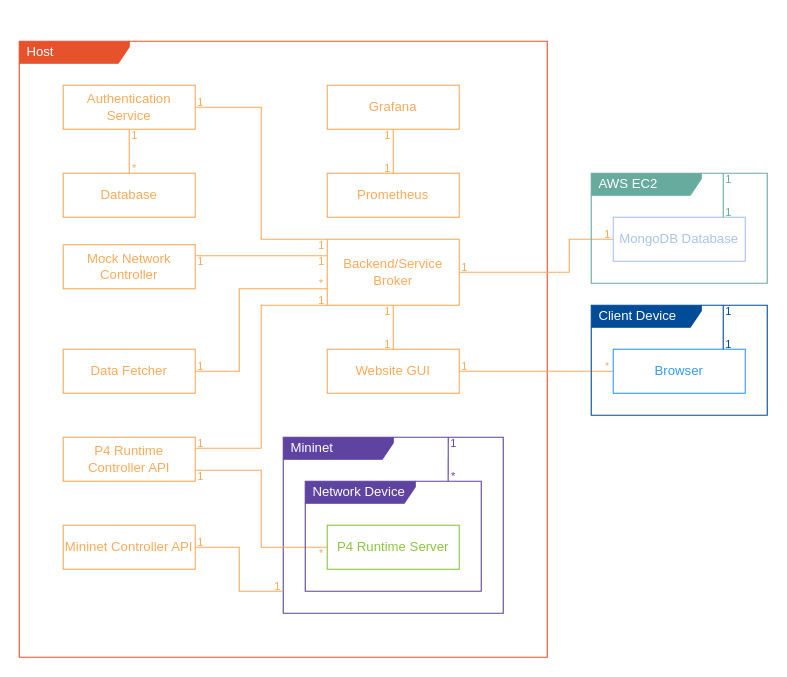
This is page "Domain Model" (3 of 7) of documentation/diagrams/diagram-models.drawio from detiuaveiro/PECI-05-2022-23, a draw.io file, before an edit. Source tidied: cells renumbered, new cells numbered last; positions are measured from the earlier drawing's top-left corner, leaving out a move shared by most shapes. Both pictures are drawn from the tidied source at 110%, with x=0, y=0 at pixel (19, 41).
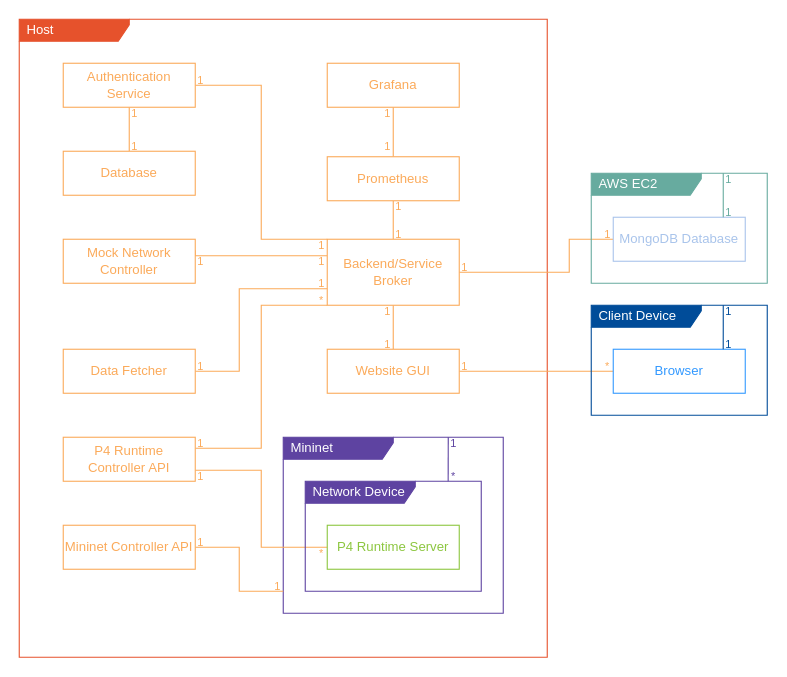
After the change.

Unchanged cells that the change refers to:
```xml
<mxCell id="16" value="Backend/Service Broker" style="html=1;whiteSpace=wrap;strokeColor=#FBAA5A;fontColor=#FBAA5A;" parent="1" vertex="1">
  <mxGeometry x="280" y="180" width="120" height="60" as="geometry" />
</mxCell>
```

Change to the diagram source:
```diff
@@
     <mxCell id="2" value="&lt;font color=&quot;#ffffff&quot;&gt;Host&lt;br&gt;&lt;/font&gt;" style="shape=umlFrame;whiteSpace=wrap;html=1;width=100;height=20;boundedLbl=1;verticalAlign=middle;align=left;spacingLeft=5;fontColor=#0066CC;fillColor=#E6522C;strokeColor=#E6522C;" parent="1" vertex="1">
-      <mxGeometry width="480" height="560" as="geometry" />
+      <mxGeometry y="-20" width="480" height="580" as="geometry" />
     </mxCell>
@@
     <mxCell id="5" style="edgeStyle=orthogonalEdgeStyle;rounded=0;jettySize=auto;html=1;exitX=1;exitY=0.5;exitDx=0;exitDy=0;entryX=0;entryY=0;entryDx=0;entryDy=0;strokeColor=#FBAA5A;endArrow=none;endFill=0;" parent="1" edge="1" source="6" target="16">
       <mxGeometry relative="1" as="geometry">
         <Array as="points">
-          <mxPoint x="220" y="60" />
+          <mxPoint x="220" y="40" />
           <mxPoint x="220" y="180" />
         </Array>
       </mxGeometry>
     </mxCell>
     <mxCell id="6" value="Authentication Service" style="html=1;whiteSpace=wrap;strokeColor=#FBAA5A;fontColor=#FBAA5A;" parent="1" vertex="1">
-      <mxGeometry x="40" y="40" width="120" height="40" as="geometry" />
+      <mxGeometry x="40" y="20" width="120" height="40" as="geometry" />
     </mxCell>
     <mxCell id="7" value="Database" style="html=1;whiteSpace=wrap;strokeColor=#FBAA5A;fontColor=#FBAA5A;" parent="1" vertex="1">
-      <mxGeometry x="40" y="120" width="120" height="40" as="geometry" />
+      <mxGeometry x="40" y="100" width="120" height="40" as="geometry" />
     </mxCell>
@@
     <mxCell id="9" value="Grafana" style="html=1;whiteSpace=wrap;strokeColor=#FBAA5A;fontColor=#FBAA5A;" parent="1" vertex="1">
-      <mxGeometry x="280" y="40" width="120" height="40" as="geometry" />
+      <mxGeometry x="280" y="20" width="120" height="40" as="geometry" />
     </mxCell>
+    <mxCell id="62" style="edgeStyle=orthogonalEdgeStyle;rounded=0;jettySize=auto;html=1;exitX=0.5;exitY=1;exitDx=0;exitDy=0;entryX=0.5;entryY=0;entryDx=0;entryDy=0;endArrow=none;endFill=0;strokeColor=#FBAA5A;" parent="1" edge="1" source="10" target="16">
+      <mxGeometry relative="1" as="geometry" />
+    </mxCell>
     <mxCell id="10" value="Prometheus" style="html=1;whiteSpace=wrap;strokeColor=#FBAA5A;fontColor=#FBAA5A;" parent="1" vertex="1">
-      <mxGeometry x="280" y="120" width="120" height="40" as="geometry" />
+      <mxGeometry x="280" y="105" width="120" height="40" as="geometry" />
     </mxCell>
@@
     <mxCell id="12" value="Mock Network Controller" style="html=1;whiteSpace=wrap;strokeColor=#FBAA5A;fontColor=#FBAA5A;" parent="1" vertex="1">
-      <mxGeometry x="40" y="185" width="120" height="40" as="geometry" />
+      <mxGeometry x="40" y="180" width="120" height="40" as="geometry" />
     </mxCell>
@@
     <mxCell id="25" value="1" style="text;html=1;strokeColor=none;fillColor=none;align=center;verticalAlign=middle;whiteSpace=wrap;rounded=0;fontSize=10;fontColor=#FBAA5A;" parent="1" vertex="1">
-      <mxGeometry x="330" y="80" width="10" height="10" as="geometry" />
+      <mxGeometry x="330" y="60" width="10" height="10" as="geometry" />
     </mxCell>
     <mxCell id="26" value="1" style="text;html=1;strokeColor=none;fillColor=none;align=center;verticalAlign=middle;whiteSpace=wrap;rounded=0;fontSize=10;fontColor=#FBAA5A;" parent="1" vertex="1">
-      <mxGeometry x="330" y="110" width="10" height="10" as="geometry" />
+      <mxGeometry x="330" y="90" width="10" height="10" as="geometry" />
     </mxCell>
-    <mxCell id="27" value="*" style="text;html=1;strokeColor=none;fillColor=none;align=center;verticalAlign=middle;whiteSpace=wrap;rounded=0;fontSize=10;fontColor=#FBAA5A;" parent="1" vertex="1">
-      <mxGeometry x="100" y="110" width="10" height="10" as="geometry" />
+    <mxCell id="27" value="1" style="text;html=1;strokeColor=none;fillColor=none;align=center;verticalAlign=middle;whiteSpace=wrap;rounded=0;fontSize=10;fontColor=#FBAA5A;" parent="1" vertex="1">
+      <mxGeometry x="100" y="90" width="10" height="10" as="geometry" />
     </mxCell>
     <mxCell id="28" value="1" style="text;html=1;strokeColor=none;fillColor=none;align=center;verticalAlign=middle;whiteSpace=wrap;rounded=0;fontSize=10;fontColor=#FBAA5A;" parent="1" vertex="1">
-      <mxGeometry x="100" y="80" width="10" height="10" as="geometry" />
+      <mxGeometry x="100" y="60" width="10" height="10" as="geometry" />
     </mxCell>
     <mxCell id="29" value="1" style="text;html=1;strokeColor=none;fillColor=none;align=center;verticalAlign=middle;whiteSpace=wrap;rounded=0;fontSize=10;fontColor=#FBAA5A;" parent="1" vertex="1">
-      <mxGeometry x="160" y="50" width="10" height="10" as="geometry" />
+      <mxGeometry x="160" y="30" width="10" height="10" as="geometry" />
     </mxCell>
@@
-    <mxCell id="33" value="*" style="text;html=1;strokeColor=none;fillColor=none;align=center;verticalAlign=middle;whiteSpace=wrap;rounded=0;fontSize=10;fontColor=#FBAA5A;" parent="1" vertex="1">
+    <mxCell id="33" value="1" style="text;html=1;strokeColor=none;fillColor=none;align=center;verticalAlign=middle;whiteSpace=wrap;rounded=0;fontSize=10;fontColor=#FBAA5A;" parent="1" vertex="1">
       <mxGeometry x="270" y="215" width="10" height="10" as="geometry" />
     </mxCell>
@@
-    <mxCell id="35" value="1" style="text;html=1;strokeColor=none;fillColor=none;align=center;verticalAlign=middle;whiteSpace=wrap;rounded=0;fontSize=10;fontColor=#FBAA5A;" parent="1" vertex="1">
+    <mxCell id="35" value="*" style="text;html=1;strokeColor=none;fillColor=none;align=center;verticalAlign=middle;whiteSpace=wrap;rounded=0;fontSize=10;fontColor=#FBAA5A;" parent="1" vertex="1">
       <mxGeometry x="270" y="230" width="10" height="10" as="geometry" />
     </mxCell>
@@
+    <mxCell id="63" value="1" style="text;html=1;strokeColor=none;fillColor=none;align=center;verticalAlign=middle;whiteSpace=wrap;rounded=0;fontSize=10;fontColor=#FBAA5A;" parent="1" vertex="1">
+      <mxGeometry x="340" y="145" width="10" height="10" as="geometry" />
+    </mxCell>
+    <mxCell id="64" value="1" style="text;html=1;strokeColor=none;fillColor=none;align=center;verticalAlign=middle;whiteSpace=wrap;rounded=0;fontSize=10;fontColor=#FBAA5A;" parent="1" vertex="1">
+      <mxGeometry x="340" y="170" width="10" height="10" as="geometry" />
+    </mxCell>
```
